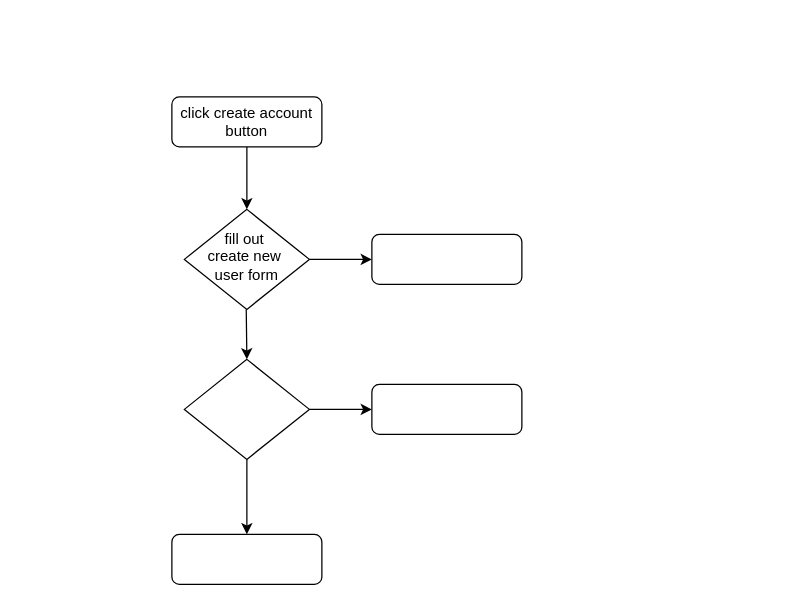
Earlier version of the draw.io diagram bmxparksorg-flowchart.drawio (forrestmorrison/bmxparksorg). Source tidied: cells renumbered, new cells numbered last; positions are measured from the earlier drawing's top-left corner, leaving out a move shared by most shapes. Both pictures are drawn from the tidied source at 125%, with x=0, y=0 at pixel (171, 96).
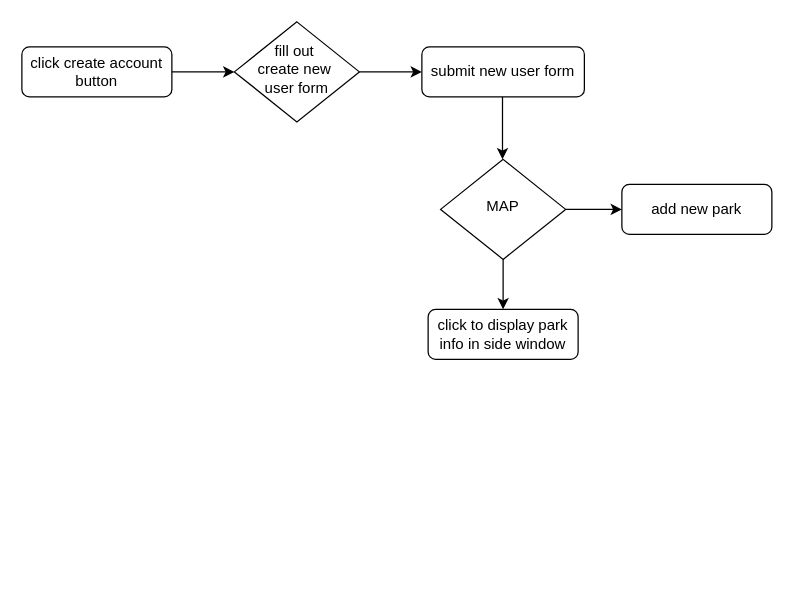
Above is the later version.

Commit message:
added items to flow chart

Change to the diagram source:
```diff
@@
 <mxGraphModel>
   <root>
     <mxCell id="0" />
     <mxCell id="1" parent="0" />
     <mxCell id="2" value="click create account&lt;br&gt;button" style="rounded=1;whiteSpace=wrap;html=1;fontSize=12;glass=0;strokeWidth=1;shadow=0;" parent="1" vertex="1">
-      <mxGeometry width="120" height="40" as="geometry" />
+      <mxGeometry x="-120" y="-40" width="120" height="40" as="geometry" />
     </mxCell>
     <mxCell id="3" value="fill out&amp;nbsp;&lt;br&gt;create new&amp;nbsp;&lt;br&gt;user form" style="rhombus;whiteSpace=wrap;html=1;shadow=0;fontFamily=Helvetica;fontSize=12;align=center;strokeWidth=1;spacing=6;spacingTop=-4;" parent="1" vertex="1">
-      <mxGeometry x="10" y="90" width="100" height="80" as="geometry" />
+      <mxGeometry x="50" y="-60" width="100" height="80" as="geometry" />
     </mxCell>
-    <mxCell id="4" style="rounded=1;whiteSpace=wrap;html=1;fontSize=12;glass=0;strokeWidth=1;shadow=0;" parent="1" vertex="1">
-      <mxGeometry x="160" y="110" width="120" height="40" as="geometry" />
+    <mxCell id="4" value="submit new user form" style="rounded=1;whiteSpace=wrap;html=1;fontSize=12;glass=0;strokeWidth=1;shadow=0;" parent="1" vertex="1">
+      <mxGeometry x="200" y="-40" width="130" height="40" as="geometry" />
     </mxCell>
-    <mxCell id="5" style="rhombus;whiteSpace=wrap;html=1;shadow=0;fontFamily=Helvetica;fontSize=12;align=center;strokeWidth=1;spacing=6;spacingTop=-4;" parent="1" vertex="1">
-      <mxGeometry x="10" y="210" width="100" height="80" as="geometry" />
+    <mxCell id="5" value="MAP" style="rhombus;whiteSpace=wrap;html=1;shadow=0;fontFamily=Helvetica;fontSize=12;align=center;strokeWidth=1;spacing=6;spacingTop=-4;" parent="1" vertex="1">
+      <mxGeometry x="215" y="50" width="100" height="80" as="geometry" />
     </mxCell>
-    <mxCell id="6" style="rounded=1;whiteSpace=wrap;html=1;fontSize=12;glass=0;strokeWidth=1;shadow=0;" parent="1" vertex="1">
-      <mxGeometry y="350" width="120" height="40" as="geometry" />
+    <mxCell id="6" value="click to display park info in side window" style="rounded=1;whiteSpace=wrap;html=1;fontSize=12;glass=0;strokeWidth=1;shadow=0;" parent="1" vertex="1">
+      <mxGeometry x="205" y="170" width="120" height="40" as="geometry" />
     </mxCell>
-    <mxCell id="7" style="rounded=1;whiteSpace=wrap;html=1;fontSize=12;glass=0;strokeWidth=1;shadow=0;" parent="1" vertex="1">
-      <mxGeometry x="160" y="230" width="120" height="40" as="geometry" />
+    <mxCell id="7" value="add new park" style="rounded=1;whiteSpace=wrap;html=1;fontSize=12;glass=0;strokeWidth=1;shadow=0;" parent="1" vertex="1">
+      <mxGeometry x="360" y="70" width="120" height="40" as="geometry" />
     </mxCell>
     <mxCell id="8" style="endArrow=classic;html=1;rounded=0;" parent="1" edge="1">
       <mxGeometry relative="1" as="geometry">
-        <mxPoint x="59.5" y="170" as="sourcePoint" />
-        <mxPoint x="60" y="210" as="targetPoint" />
+        <mxPoint x="264.5" as="sourcePoint" />
+        <mxPoint x="264.5" y="50" as="targetPoint" />
       </mxGeometry>
     </mxCell>
-    <mxCell id="9" style="endArrow=classic;html=1;rounded=0;exitX=0.5;exitY=1;exitDx=0;exitDy=0;entryX=0.5;entryY=0;entryDx=0;entryDy=0;" parent="1" edge="1" source="2" target="3">
+    <mxCell id="9" style="endArrow=classic;html=1;rounded=0;entryX=0;entryY=0.5;entryDx=0;entryDy=0;exitX=1;exitY=0.5;exitDx=0;exitDy=0;" parent="1" edge="1" source="2" target="3">
       <mxGeometry relative="1" as="geometry" />
     </mxCell>
     <mxCell id="10" style="endArrow=classic;html=1;rounded=0;exitX=0.5;exitY=1;exitDx=0;exitDy=0;entryX=0.5;entryY=0;entryDx=0;entryDy=0;" parent="1" edge="1" source="5" target="6">
       <mxGeometry relative="1" as="geometry" />
     </mxCell>
     <mxCell id="11" style="endArrow=classic;html=1;rounded=0;exitX=1;exitY=0.5;exitDx=0;exitDy=0;entryX=0;entryY=0.5;entryDx=0;entryDy=0;" parent="1" edge="1" source="5" target="7">
       <mxGeometry relative="1" as="geometry" />
     </mxCell>
     <mxCell id="12" style="endArrow=classic;html=1;rounded=0;exitX=1;exitY=0.5;exitDx=0;exitDy=0;" parent="1" edge="1" source="3">
       <mxGeometry relative="1" as="geometry">
-        <mxPoint x="160" y="130" as="targetPoint" />
+        <mxPoint x="200" y="-20" as="targetPoint" />
       </mxGeometry>
     </mxCell>
   </root>
 </mxGraphModel>
```
